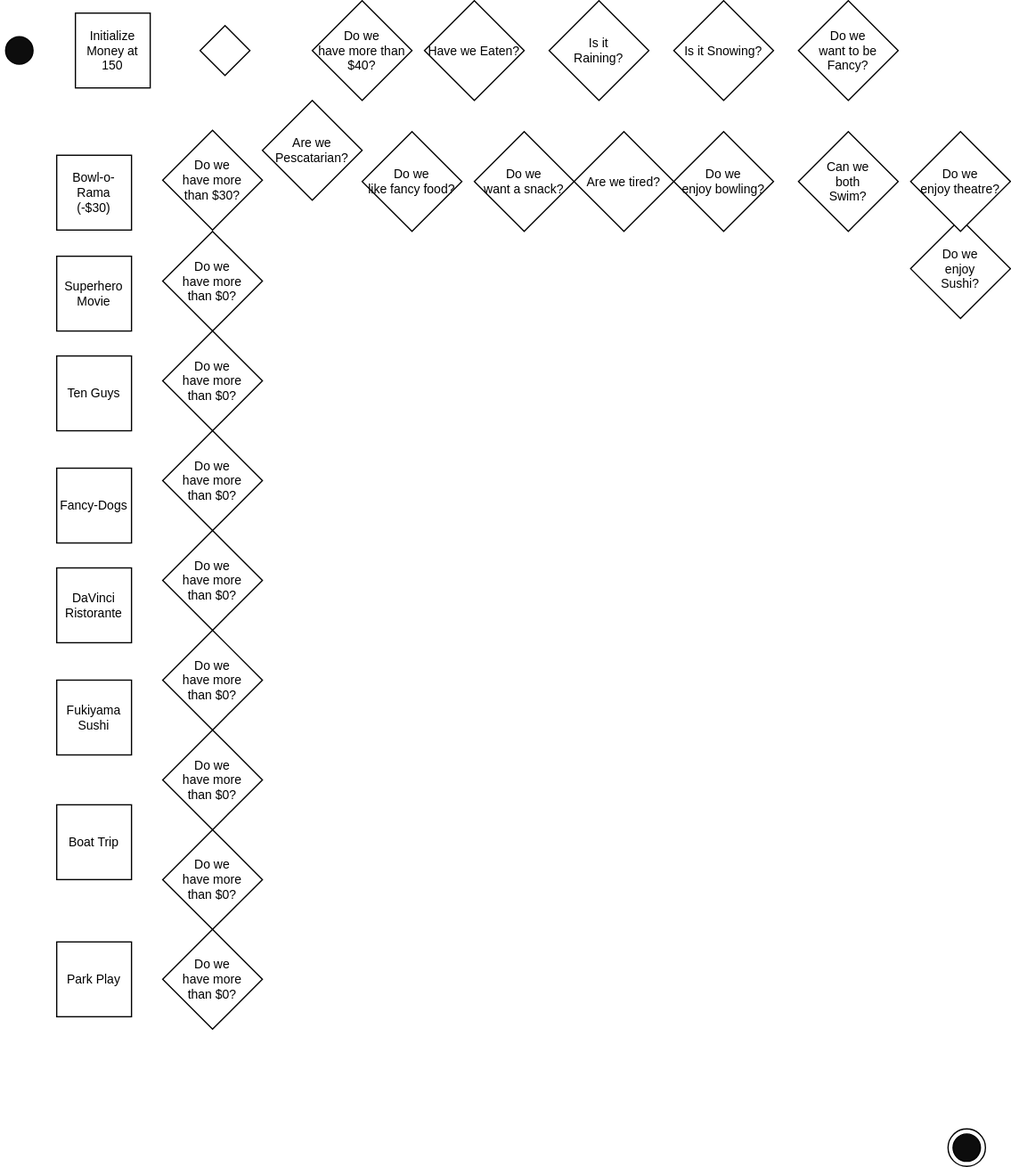
Earlier version of the draw.io export date-night-dilemma-revised.drawio.svg (yewscion/yewscion). Source tidied: cells renumbered, new cells last; positions are measured from the earlier drawing's top-left corner, leaving out a move shared by most shapes.
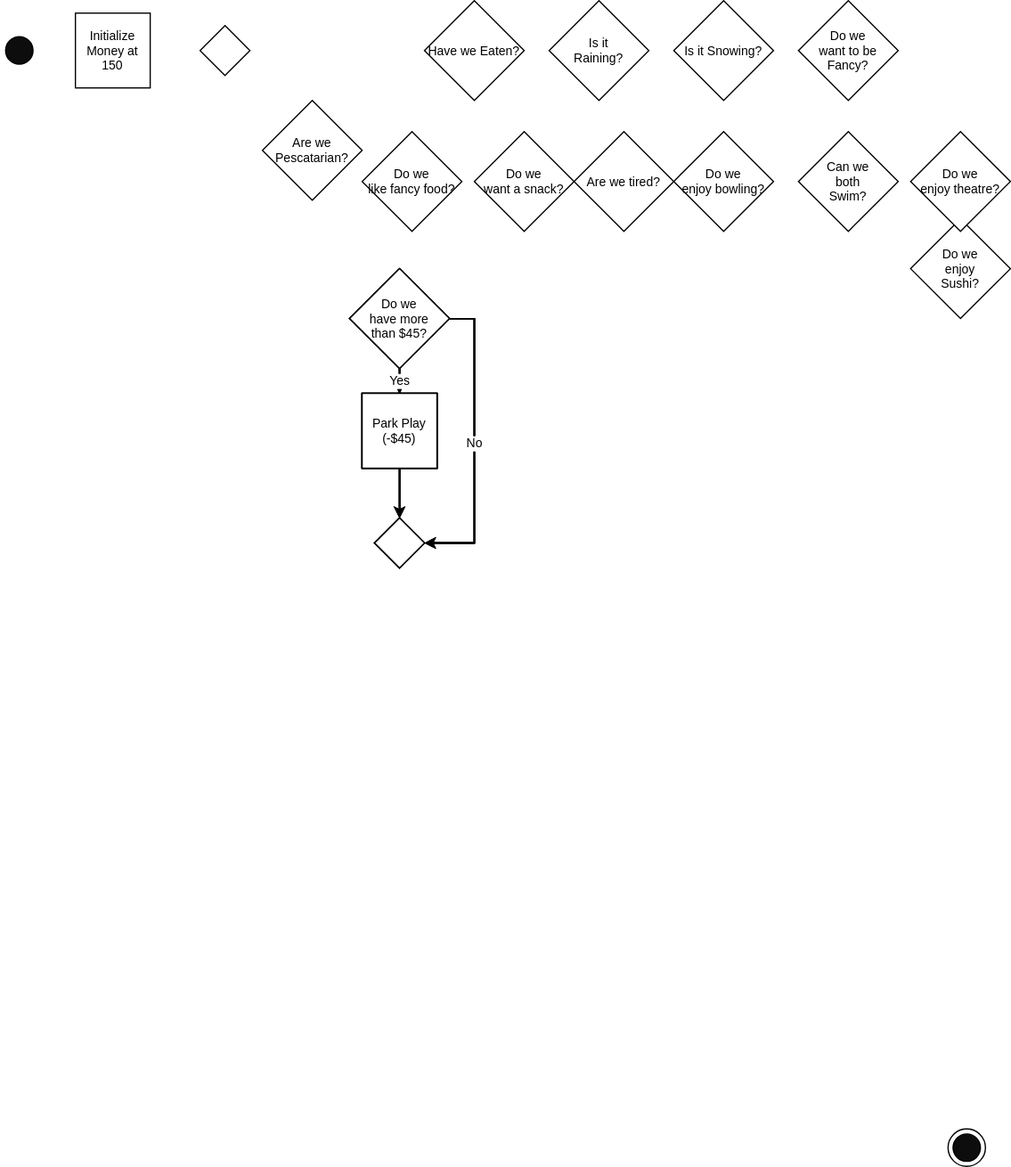
The same file after the commit.

Change to the diagram source:
```diff
@@ -5,30 +5,6 @@
     <mxCell id="2" style="ellipse;html=1;shape=startState;fillColor=#0D0D0D;rounded=0;fontSize=10;" parent="1" vertex="1">
       <mxGeometry y="25" width="30" height="30" as="geometry" />
     </mxCell>
-    <mxCell id="3" value="&lt;div style=&quot;font-size: 10px;&quot;&gt;DaVinci&lt;/div&gt;&lt;div style=&quot;font-size: 10px;&quot;&gt;Ristorante&lt;br style=&quot;font-size: 10px;&quot;&gt;&lt;/div&gt;" style="rounded=0;whiteSpace=wrap;html=1;fontSize=10;" parent="1" vertex="1">
-      <mxGeometry x="45" y="455" width="60" height="60" as="geometry" />
-    </mxCell>
-    <mxCell id="4" value="&lt;div style=&quot;font-size: 10px;&quot;&gt;Superhero&lt;/div&gt;&lt;div style=&quot;font-size: 10px;&quot;&gt;Movie&lt;br style=&quot;font-size: 10px;&quot;&gt;&lt;/div&gt;" style="rounded=0;whiteSpace=wrap;html=1;fontSize=10;" parent="1" vertex="1">
-      <mxGeometry x="45" y="205" width="60" height="60" as="geometry" />
-    </mxCell>
-    <mxCell id="5" value="Park Play" style="rounded=0;whiteSpace=wrap;html=1;fontSize=10;" parent="1" vertex="1">
-      <mxGeometry x="45" y="755" width="60" height="60" as="geometry" />
-    </mxCell>
-    <mxCell id="6" value="Fukiyama Sushi" style="rounded=0;whiteSpace=wrap;html=1;fontSize=10;" parent="1" vertex="1">
-      <mxGeometry x="45" y="545" width="60" height="60" as="geometry" />
-    </mxCell>
-    <mxCell id="7" value="Boat Trip" style="rounded=0;whiteSpace=wrap;html=1;fontSize=10;" parent="1" vertex="1">
-      <mxGeometry x="45" y="645" width="60" height="60" as="geometry" />
-    </mxCell>
-    <mxCell id="8" value="&lt;div&gt;Bowl-o-Rama&lt;/div&gt;&lt;div&gt;(-$30)&lt;br&gt;&lt;/div&gt;" style="rounded=0;whiteSpace=wrap;html=1;fontSize=10;" parent="1" vertex="1">
-      <mxGeometry x="45" y="124" width="60" height="60" as="geometry" />
-    </mxCell>
-    <mxCell id="9" value="Fancy-Dogs" style="rounded=0;whiteSpace=wrap;html=1;fontSize=10;" parent="1" vertex="1">
-      <mxGeometry x="45" y="375" width="60" height="60" as="geometry" />
-    </mxCell>
-    <mxCell id="10" value="Ten Guys" style="rounded=0;whiteSpace=wrap;html=1;fontSize=10;" parent="1" vertex="1">
-      <mxGeometry x="45" y="285" width="60" height="60" as="geometry" />
-    </mxCell>
     <mxCell id="11" value="Are we tired?" style="rhombus;whiteSpace=wrap;html=1;rounded=0;fontSize=10;" parent="1" vertex="1">
       <mxGeometry x="460" y="105" width="80" height="80" as="geometry" />
     </mxCell>
@@ -68,41 +44,217 @@
     <mxCell id="23" value="&lt;div&gt;Do we &lt;br&gt;&lt;/div&gt;&lt;div&gt;want a snack?&lt;/div&gt;" style="rhombus;whiteSpace=wrap;html=1;rounded=0;fontSize=10;" parent="1" vertex="1">
       <mxGeometry x="380" y="105" width="80" height="80" as="geometry" />
     </mxCell>
-    <mxCell id="24" value="&lt;div&gt;Do we &lt;br&gt;&lt;/div&gt;&lt;div&gt;have more than $40?&lt;/div&gt;" style="rhombus;whiteSpace=wrap;html=1;rounded=0;fontSize=10;" parent="1" vertex="1">
-      <mxGeometry x="250" width="80" height="80" as="geometry" />
-    </mxCell>
     <mxCell id="25" value="&lt;div style=&quot;font-size: 10px&quot;&gt;Initialize Money at 150&lt;/div&gt;" style="rounded=0;whiteSpace=wrap;html=1;fontSize=10;" parent="1" vertex="1">
       <mxGeometry x="60" y="10" width="60" height="60" as="geometry" />
     </mxCell>
     <mxCell id="26" style="rhombus;whiteSpace=wrap;html=1;fontSize=10;" parent="1" vertex="1">
       <mxGeometry x="160" y="20" width="40" height="40" as="geometry" />
     </mxCell>
+    <mxCell id="36" style="group;" parent="1" vertex="1">
+      <mxGeometry x="280" y="215" width="100" height="240" as="geometry" />
+    </mxCell>
+    <mxCell id="8" value="&lt;div&gt;Bowl-o-Rama&lt;/div&gt;&lt;div&gt;(-$30)&lt;br&gt;&lt;/div&gt;" style="rounded=0;whiteSpace=wrap;html=1;fontSize=10;" parent="36" vertex="1">
+      <mxGeometry x="10" y="100" width="60" height="60" as="geometry" />
+    </mxCell>
+    <mxCell id="37" value="Yes" style="edgeStyle=orthogonalEdgeStyle;rounded=0;jettySize=auto;html=1;exitX=0.5;exitY=1;exitDx=0;exitDy=0;entryX=0.5;entryY=0;entryDx=0;entryDy=0;fontSize=10;" parent="36" edge="1" source="27" target="8">
+      <mxGeometry relative="1" as="geometry" />
+    </mxCell>
-    <mxCell id="27" value="&lt;div&gt;Do we &lt;br&gt;&lt;/div&gt;&lt;div&gt;have more &lt;br&gt;&lt;/div&gt;&lt;div&gt;than $30?&lt;/div&gt;" style="rhombus;whiteSpace=wrap;html=1;fontSize=10;" parent="1" vertex="1">
-      <mxGeometry x="130" y="104" width="80" height="80" as="geometry" />
+    <mxCell id="27" value="&lt;div&gt;Do we &lt;br&gt;&lt;/div&gt;&lt;div&gt;have more &lt;br&gt;&lt;/div&gt;&lt;div&gt;than $30?&lt;/div&gt;" style="rhombus;whiteSpace=wrap;html=1;fontSize=10;" parent="36" vertex="1">
+      <mxGeometry width="80" height="80" as="geometry" />
     </mxCell>
+    <mxCell id="38" style="rhombus;whiteSpace=wrap;html=1;fontSize=10;" parent="36" vertex="1">
+      <mxGeometry x="20" y="200" width="40" height="40" as="geometry" />
+    </mxCell>
+    <mxCell id="39" style="edgeStyle=orthogonalEdgeStyle;rounded=0;jettySize=auto;html=1;fontSize=10;" parent="36" edge="1" source="8" target="38">
+      <mxGeometry relative="1" as="geometry" />
+    </mxCell>
+    <mxCell id="40" value="No" style="edgeStyle=orthogonalEdgeStyle;rounded=0;jettySize=auto;html=1;entryX=1;entryY=0.5;entryDx=0;entryDy=0;fontSize=10;" parent="36" edge="1" source="27" target="38">
+      <mxGeometry relative="1" as="geometry">
+        <Array as="points">
+          <mxPoint x="100" y="40" />
+          <mxPoint x="100" y="220" />
+        </Array>
+      </mxGeometry>
+    </mxCell>
+    <mxCell id="41" style="group;" parent="36" vertex="1">
+      <mxGeometry width="100" height="240" as="geometry" />
+    </mxCell>
+    <mxCell id="4" value="&lt;div style=&quot;font-size: 10px&quot;&gt;Superhero&lt;/div&gt;&lt;div style=&quot;font-size: 10px&quot;&gt;Movie&lt;br style=&quot;font-size: 10px&quot;&gt;&lt;/div&gt;&lt;div&gt;(-$60)&lt;br&gt;&lt;/div&gt;" style="rounded=0;whiteSpace=wrap;html=1;fontSize=10;" parent="41" vertex="1">
+      <mxGeometry x="10" y="100" width="60" height="60" as="geometry" />
+    </mxCell>
+    <mxCell id="42" value="Yes" style="edgeStyle=orthogonalEdgeStyle;rounded=0;jettySize=auto;html=1;fontSize=10;" parent="41" edge="1" source="28" target="4">
+      <mxGeometry relative="1" as="geometry" />
+    </mxCell>
-    <mxCell id="28" value="&lt;div&gt;Do we &lt;br&gt;&lt;/div&gt;&lt;div&gt;have more &lt;br&gt;&lt;/div&gt;&lt;div&gt;than $0?&lt;/div&gt;" style="rhombus;whiteSpace=wrap;html=1;fontSize=10;" parent="1" vertex="1">
-      <mxGeometry x="130" y="185" width="80" height="80" as="geometry" />
+    <mxCell id="28" value="&lt;div&gt;Do we &lt;br&gt;&lt;/div&gt;&lt;div&gt;have more &lt;br&gt;&lt;/div&gt;&lt;div&gt;than $60?&lt;/div&gt;" style="rhombus;whiteSpace=wrap;html=1;fontSize=10;" parent="41" vertex="1">
+      <mxGeometry width="80" height="80" as="geometry" />
     </mxCell>
+    <mxCell id="43" value="No" style="edgeStyle=orthogonalEdgeStyle;rounded=0;jettySize=auto;html=1;entryX=1;entryY=0.5;entryDx=0;entryDy=0;fontSize=10;exitX=1;exitY=0.5;exitDx=0;exitDy=0;" parent="41" edge="1" source="28" target="45">
+      <mxGeometry relative="1" as="geometry">
+        <Array as="points">
+          <mxPoint x="100" y="40" />
+          <mxPoint x="100" y="220" />
+        </Array>
+      </mxGeometry>
+    </mxCell>
+    <mxCell id="44" style="edgeStyle=orthogonalEdgeStyle;rounded=0;jettySize=auto;html=1;fontSize=10;exitX=0.5;exitY=1;exitDx=0;exitDy=0;" parent="41" edge="1" source="4" target="45">
+      <mxGeometry relative="1" as="geometry" />
+    </mxCell>
+    <mxCell id="45" style="rhombus;whiteSpace=wrap;html=1;fontSize=10;" parent="41" vertex="1">
+      <mxGeometry x="20" y="200" width="40" height="40" as="geometry" />
+    </mxCell>
+    <mxCell id="46" style="group;" parent="41" vertex="1">
+      <mxGeometry width="100" height="240" as="geometry" />
+    </mxCell>
+    <mxCell id="10" value="&lt;div&gt;Ten Guys&lt;/div&gt;(-$12)" style="rounded=0;whiteSpace=wrap;html=1;fontSize=10;" parent="46" vertex="1">
+      <mxGeometry x="10" y="100" width="60" height="60" as="geometry" />
+    </mxCell>
+    <mxCell id="47" value="Yes" style="edgeStyle=orthogonalEdgeStyle;rounded=0;jettySize=auto;html=1;fontSize=10;" parent="46" edge="1" source="31" target="10">
+      <mxGeometry relative="1" as="geometry" />
+    </mxCell>
+    <mxCell id="48" style="edgeStyle=orthogonalEdgeStyle;rounded=0;jettySize=auto;html=1;fontSize=10;exitX=0.5;exitY=1;exitDx=0;exitDy=0;" parent="46" edge="1" source="10" target="49">
+      <mxGeometry relative="1" as="geometry" />
+    </mxCell>
+    <mxCell id="49" style="rhombus;whiteSpace=wrap;html=1;fontSize=10;" parent="46" vertex="1">
+      <mxGeometry x="20" y="200" width="40" height="40" as="geometry" />
+    </mxCell>
+    <mxCell id="50" style="group;" parent="46" vertex="1">
+      <mxGeometry width="100" height="240" as="geometry" />
+    </mxCell>
+    <mxCell id="31" value="&lt;div&gt;Do we &lt;br&gt;&lt;/div&gt;&lt;div&gt;have more &lt;br&gt;&lt;/div&gt;&lt;div&gt;than $12?&lt;/div&gt;" style="rhombus;whiteSpace=wrap;html=1;fontSize=10;" parent="50" vertex="1">
+      <mxGeometry width="80" height="80" as="geometry" />
+    </mxCell>
+    <mxCell id="51" style="group;" parent="50" vertex="1">
+      <mxGeometry width="100" height="240" as="geometry" />
+    </mxCell>
+    <mxCell id="9" value="&lt;div&gt;Fancy-Dogs&lt;/div&gt;&lt;div&gt;(-$15)&lt;/div&gt;" style="rounded=0;whiteSpace=wrap;html=1;fontSize=10;" parent="51" vertex="1">
+      <mxGeometry x="10" y="100" width="60" height="60" as="geometry" />
+    </mxCell>
+    <mxCell id="52" value="Yes" style="edgeStyle=orthogonalEdgeStyle;rounded=0;jettySize=auto;html=1;fontSize=10;" parent="51" edge="1" source="30" target="9">
+      <mxGeometry relative="1" as="geometry" />
+    </mxCell>
+    <mxCell id="30" value="&lt;div&gt;Do we &lt;br&gt;&lt;/div&gt;&lt;div&gt;have more &lt;br&gt;&lt;/div&gt;&lt;div&gt;than $15?&lt;/div&gt;" style="rhombus;whiteSpace=wrap;html=1;fontSize=10;" parent="51" vertex="1">
+      <mxGeometry width="80" height="80" as="geometry" />
+    </mxCell>
+    <mxCell id="53" value="No" style="edgeStyle=orthogonalEdgeStyle;rounded=0;jettySize=auto;html=1;entryX=1;entryY=0.5;entryDx=0;entryDy=0;fontSize=10;exitX=1;exitY=0.5;exitDx=0;exitDy=0;" parent="51" edge="1" source="30" target="55">
+      <mxGeometry relative="1" as="geometry">
+        <Array as="points">
+          <mxPoint x="100" y="40" />
+          <mxPoint x="100" y="220" />
+        </Array>
+      </mxGeometry>
+    </mxCell>
+    <mxCell id="54" style="edgeStyle=orthogonalEdgeStyle;rounded=0;jettySize=auto;html=1;fontSize=10;exitX=0.5;exitY=1;exitDx=0;exitDy=0;" parent="51" edge="1" source="9" target="55">
+      <mxGeometry relative="1" as="geometry" />
+    </mxCell>
+    <mxCell id="55" style="rhombus;whiteSpace=wrap;html=1;fontSize=10;" parent="51" vertex="1">
+      <mxGeometry x="20" y="200" width="40" height="40" as="geometry" />
+    </mxCell>
+    <mxCell id="56" style="group;" parent="51" vertex="1">
+      <mxGeometry width="100" height="240" as="geometry" />
+    </mxCell>
+    <mxCell id="3" value="&lt;div style=&quot;font-size: 10px&quot;&gt;DaVinci&lt;/div&gt;&lt;div style=&quot;font-size: 10px&quot;&gt;Ristorante&lt;br style=&quot;font-size: 10px&quot;&gt;&lt;/div&gt;&lt;div&gt;(-$110)&lt;br&gt;&lt;/div&gt;" style="rounded=0;whiteSpace=wrap;html=1;fontSize=10;" parent="56" vertex="1">
+      <mxGeometry x="10" y="100" width="60" height="60" as="geometry" />
+    </mxCell>
+    <mxCell id="57" value="Yes" style="edgeStyle=orthogonalEdgeStyle;rounded=0;jettySize=auto;html=1;fontSize=10;" parent="56" edge="1" source="29" target="3">
+      <mxGeometry relative="1" as="geometry" />
+    </mxCell>
-    <mxCell id="29" value="&lt;div&gt;Do we &lt;br&gt;&lt;/div&gt;&lt;div&gt;have more &lt;br&gt;&lt;/div&gt;&lt;div&gt;than $0?&lt;/div&gt;" style="rhombus;whiteSpace=wrap;html=1;fontSize=10;" parent="1" vertex="1">
-      <mxGeometry x="130" y="425" width="80" height="80" as="geometry" />
+    <mxCell id="29" value="&lt;div&gt;Do we &lt;br&gt;&lt;/div&gt;&lt;div&gt;have more &lt;br&gt;&lt;/div&gt;&lt;div&gt;than $110?&lt;/div&gt;" style="rhombus;whiteSpace=wrap;html=1;fontSize=10;" parent="56" vertex="1">
+      <mxGeometry width="80" height="80" as="geometry" />
     </mxCell>
-    <mxCell id="30" value="&lt;div&gt;Do we &lt;br&gt;&lt;/div&gt;&lt;div&gt;have more &lt;br&gt;&lt;/div&gt;&lt;div&gt;than $0?&lt;/div&gt;" style="rhombus;whiteSpace=wrap;html=1;fontSize=10;" parent="1" vertex="1">
-      <mxGeometry x="130" y="345" width="80" height="80" as="geometry" />
-    </mxCell>
-    <mxCell id="31" value="&lt;div&gt;Do we &lt;br&gt;&lt;/div&gt;&lt;div&gt;have more &lt;br&gt;&lt;/div&gt;&lt;div&gt;than $0?&lt;/div&gt;" style="rhombus;whiteSpace=wrap;html=1;fontSize=10;" parent="1" vertex="1">
-      <mxGeometry x="130" y="265" width="80" height="80" as="geometry" />
-    </mxCell>
+    <mxCell id="58" value="No" style="edgeStyle=orthogonalEdgeStyle;rounded=0;jettySize=auto;html=1;entryX=1;entryY=0.5;entryDx=0;entryDy=0;fontSize=10;exitX=1;exitY=0.5;exitDx=0;exitDy=0;" parent="56" edge="1" source="29" target="60">
+      <mxGeometry relative="1" as="geometry">
+        <Array as="points">
+          <mxPoint x="100" y="40" />
+          <mxPoint x="100" y="220" />
+        </Array>
+      </mxGeometry>
+    </mxCell>
+    <mxCell id="59" style="edgeStyle=orthogonalEdgeStyle;rounded=0;jettySize=auto;html=1;fontSize=10;exitX=0.5;exitY=1;exitDx=0;exitDy=0;" parent="56" edge="1" source="3" target="60">
+      <mxGeometry relative="1" as="geometry" />
+    </mxCell>
+    <mxCell id="60" style="rhombus;whiteSpace=wrap;html=1;fontSize=10;" parent="56" vertex="1">
+      <mxGeometry x="20" y="200" width="40" height="40" as="geometry" />
+    </mxCell>
+    <mxCell id="61" style="group;" parent="56" vertex="1">
+      <mxGeometry width="100" height="240" as="geometry" />
+    </mxCell>
+    <mxCell id="6" value="&lt;div&gt;Fukiyama Sushi&lt;/div&gt;(-$40)" style="rounded=0;whiteSpace=wrap;html=1;fontSize=10;" parent="61" vertex="1">
+      <mxGeometry x="10" y="100" width="60" height="60" as="geometry" />
+    </mxCell>
+    <mxCell id="62" value="Yes" style="edgeStyle=orthogonalEdgeStyle;rounded=0;jettySize=auto;html=1;fontSize=10;" parent="61" edge="1" source="32" target="6">
+      <mxGeometry relative="1" as="geometry" />
+    </mxCell>
-    <mxCell id="32" value="&lt;div&gt;Do we &lt;br&gt;&lt;/div&gt;&lt;div&gt;have more &lt;br&gt;&lt;/div&gt;&lt;div&gt;than $0?&lt;/div&gt;" style="rhombus;whiteSpace=wrap;html=1;fontSize=10;" parent="1" vertex="1">
-      <mxGeometry x="130" y="505" width="80" height="80" as="geometry" />
+    <mxCell id="32" value="&lt;div&gt;Do we &lt;br&gt;&lt;/div&gt;&lt;div&gt;have more &lt;br&gt;&lt;/div&gt;&lt;div&gt;than $40?&lt;/div&gt;" style="rhombus;whiteSpace=wrap;html=1;fontSize=10;" parent="61" vertex="1">
+      <mxGeometry width="80" height="80" as="geometry" />
     </mxCell>
+    <mxCell id="63" value="No" style="edgeStyle=orthogonalEdgeStyle;rounded=0;jettySize=auto;html=1;entryX=1;entryY=0.5;entryDx=0;entryDy=0;fontSize=10;exitX=1;exitY=0.5;exitDx=0;exitDy=0;" parent="61" edge="1" source="32" target="65">
+      <mxGeometry relative="1" as="geometry">
+        <Array as="points">
+          <mxPoint x="100" y="40" />
+          <mxPoint x="100" y="220" />
+        </Array>
+      </mxGeometry>
+    </mxCell>
+    <mxCell id="64" style="edgeStyle=orthogonalEdgeStyle;rounded=0;jettySize=auto;html=1;fontSize=10;exitX=0.5;exitY=1;exitDx=0;exitDy=0;" parent="61" edge="1" source="6" target="65">
+      <mxGeometry relative="1" as="geometry" />
+    </mxCell>
+    <mxCell id="65" style="rhombus;whiteSpace=wrap;html=1;fontSize=10;" parent="61" vertex="1">
+      <mxGeometry x="20" y="200" width="40" height="40" as="geometry" />
+    </mxCell>
+    <mxCell id="66" style="group;" parent="61" vertex="1">
+      <mxGeometry width="100" height="240" as="geometry" />
+    </mxCell>
+    <mxCell id="7" value="&lt;div&gt;Boat Trip&lt;/div&gt;(-$35)" style="rounded=0;whiteSpace=wrap;html=1;fontSize=10;" parent="66" vertex="1">
+      <mxGeometry x="10" y="100" width="60" height="60" as="geometry" />
+    </mxCell>
+    <mxCell id="67" value="&lt;div&gt;Yes&lt;/div&gt;" style="edgeStyle=orthogonalEdgeStyle;rounded=0;jettySize=auto;html=1;fontSize=10;" parent="66" edge="1" source="33" target="7">
+      <mxGeometry relative="1" as="geometry" />
+    </mxCell>
-    <mxCell id="33" value="&lt;div&gt;Do we &lt;br&gt;&lt;/div&gt;&lt;div&gt;have more &lt;br&gt;&lt;/div&gt;&lt;div&gt;than $0?&lt;/div&gt;" style="rhombus;whiteSpace=wrap;html=1;fontSize=10;" parent="1" vertex="1">
-      <mxGeometry x="130" y="585" width="80" height="80" as="geometry" />
+    <mxCell id="33" value="&lt;div&gt;Do we &lt;br&gt;&lt;/div&gt;&lt;div&gt;have more &lt;br&gt;&lt;/div&gt;&lt;div&gt;than $35?&lt;/div&gt;" style="rhombus;whiteSpace=wrap;html=1;fontSize=10;" parent="66" vertex="1">
+      <mxGeometry width="80" height="80" as="geometry" />
     </mxCell>
+    <mxCell id="68" value="No" style="edgeStyle=orthogonalEdgeStyle;rounded=0;jettySize=auto;html=1;entryX=1;entryY=0.5;entryDx=0;entryDy=0;fontSize=10;exitX=1;exitY=0.5;exitDx=0;exitDy=0;" parent="66" edge="1" source="33" target="70">
+      <mxGeometry relative="1" as="geometry">
+        <Array as="points">
+          <mxPoint x="100" y="40" />
+          <mxPoint x="100" y="220" />
+        </Array>
+      </mxGeometry>
+    </mxCell>
+    <mxCell id="69" style="edgeStyle=orthogonalEdgeStyle;rounded=0;jettySize=auto;html=1;fontSize=10;exitX=0.5;exitY=1;exitDx=0;exitDy=0;" parent="66" edge="1" source="7" target="70">
+      <mxGeometry relative="1" as="geometry" />
+    </mxCell>
+    <mxCell id="70" style="rhombus;whiteSpace=wrap;html=1;fontSize=10;" parent="66" vertex="1">
+      <mxGeometry x="20" y="200" width="40" height="40" as="geometry" />
+    </mxCell>
+    <mxCell id="71" style="group;" parent="66" vertex="1">
+      <mxGeometry width="100" height="240" as="geometry" />
+    </mxCell>
+    <mxCell id="5" value="&lt;div&gt;Park Play&lt;/div&gt;(-$45)" style="rounded=0;whiteSpace=wrap;html=1;fontSize=10;" parent="71" vertex="1">
+      <mxGeometry x="10" y="100" width="60" height="60" as="geometry" />
+    </mxCell>
+    <mxCell id="72" value="Yes" style="edgeStyle=orthogonalEdgeStyle;rounded=0;jettySize=auto;html=1;fontSize=10;" parent="71" edge="1" source="34" target="5">
+      <mxGeometry relative="1" as="geometry" />
+    </mxCell>
-    <mxCell id="34" value="&lt;div&gt;Do we &lt;br&gt;&lt;/div&gt;&lt;div&gt;have more &lt;br&gt;&lt;/div&gt;&lt;div&gt;than $0?&lt;/div&gt;" style="rhombus;whiteSpace=wrap;html=1;fontSize=10;" parent="1" vertex="1">
-      <mxGeometry x="130" y="665" width="80" height="80" as="geometry" />
+    <mxCell id="34" value="&lt;div&gt;Do we &lt;br&gt;&lt;/div&gt;&lt;div&gt;have more &lt;br&gt;&lt;/div&gt;&lt;div&gt;than $45?&lt;/div&gt;" style="rhombus;whiteSpace=wrap;html=1;fontSize=10;" parent="71" vertex="1">
+      <mxGeometry width="80" height="80" as="geometry" />
     </mxCell>
-    <mxCell id="35" value="&lt;div&gt;Do we &lt;br&gt;&lt;/div&gt;&lt;div&gt;have more &lt;br&gt;&lt;/div&gt;&lt;div&gt;than $0?&lt;/div&gt;" style="rhombus;whiteSpace=wrap;html=1;fontSize=10;" parent="1" vertex="1">
-      <mxGeometry x="130" y="745" width="80" height="80" as="geometry" />
-    </mxCell>
+    <mxCell id="73" value="No" style="edgeStyle=orthogonalEdgeStyle;rounded=0;jettySize=auto;html=1;entryX=1;entryY=0.5;entryDx=0;entryDy=0;fontSize=10;exitX=1;exitY=0.5;exitDx=0;exitDy=0;" parent="71" edge="1" source="34" target="75">
+      <mxGeometry relative="1" as="geometry">
+        <Array as="points">
+          <mxPoint x="100" y="40" />
+          <mxPoint x="100" y="220" />
+        </Array>
+      </mxGeometry>
+    </mxCell>
+    <mxCell id="74" style="edgeStyle=orthogonalEdgeStyle;rounded=0;jettySize=auto;html=1;fontSize=10;exitX=0.5;exitY=1;exitDx=0;exitDy=0;" parent="71" edge="1" source="5" target="75">
+      <mxGeometry relative="1" as="geometry" />
+    </mxCell>
+    <mxCell id="75" style="rhombus;whiteSpace=wrap;html=1;fontSize=10;" parent="71" vertex="1">
+      <mxGeometry x="20" y="200" width="40" height="40" as="geometry" />
+    </mxCell>
+    <mxCell id="76" value="No" style="edgeStyle=orthogonalEdgeStyle;rounded=0;jettySize=auto;html=1;entryX=1;entryY=0.5;entryDx=0;entryDy=0;fontSize=10;exitX=1;exitY=0.5;exitDx=0;exitDy=0;" parent="46" edge="1" source="31" target="49">
+      <mxGeometry relative="1" as="geometry" />
+    </mxCell>
   </root>
 </mxGraphModel>
```
